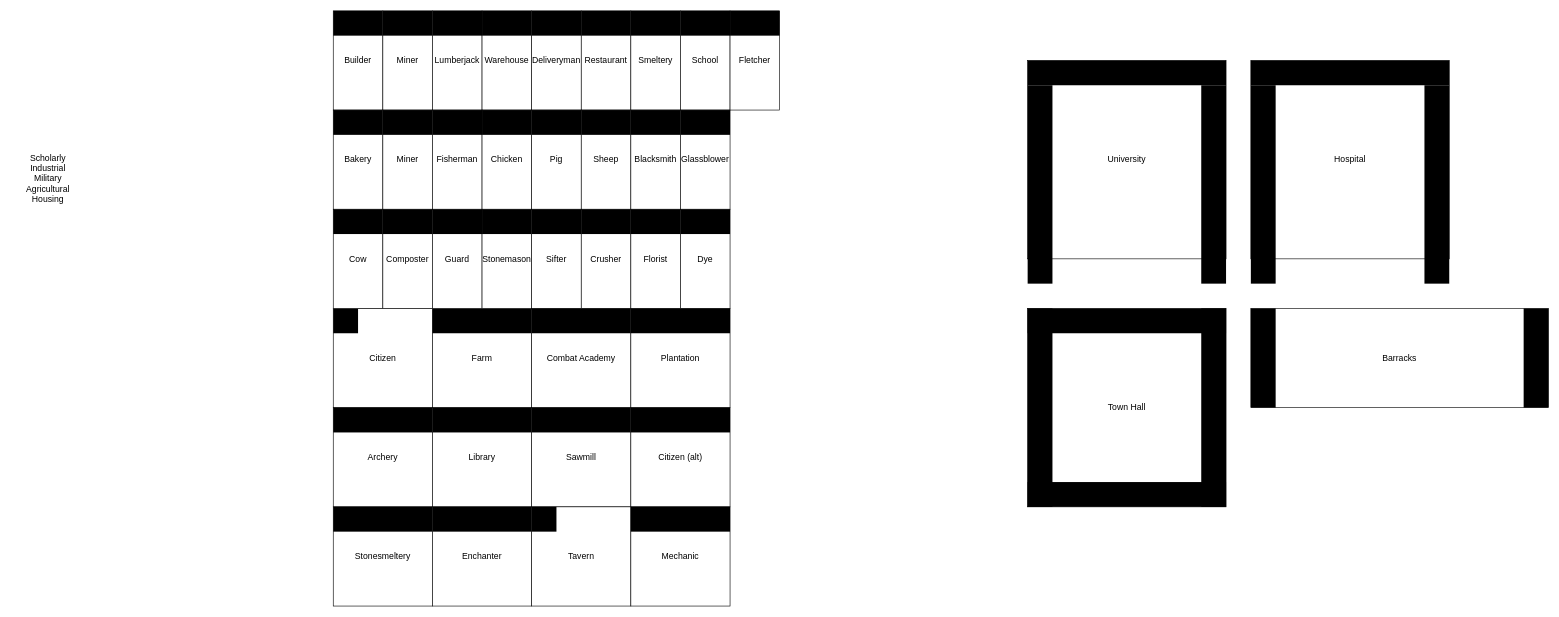
This is Untitled Diagram.drawio from cinnamennen/fortress_plan, a draw.io file, before an edit. Source tidied: cells renumbered, new cells numbered last; positions are measured from the earlier drawing's top-left corner, leaving out a move shared by most shapes. Both pictures are drawn from the tidied source at 62%, with x=0, y=0 at pixel (11, 11).
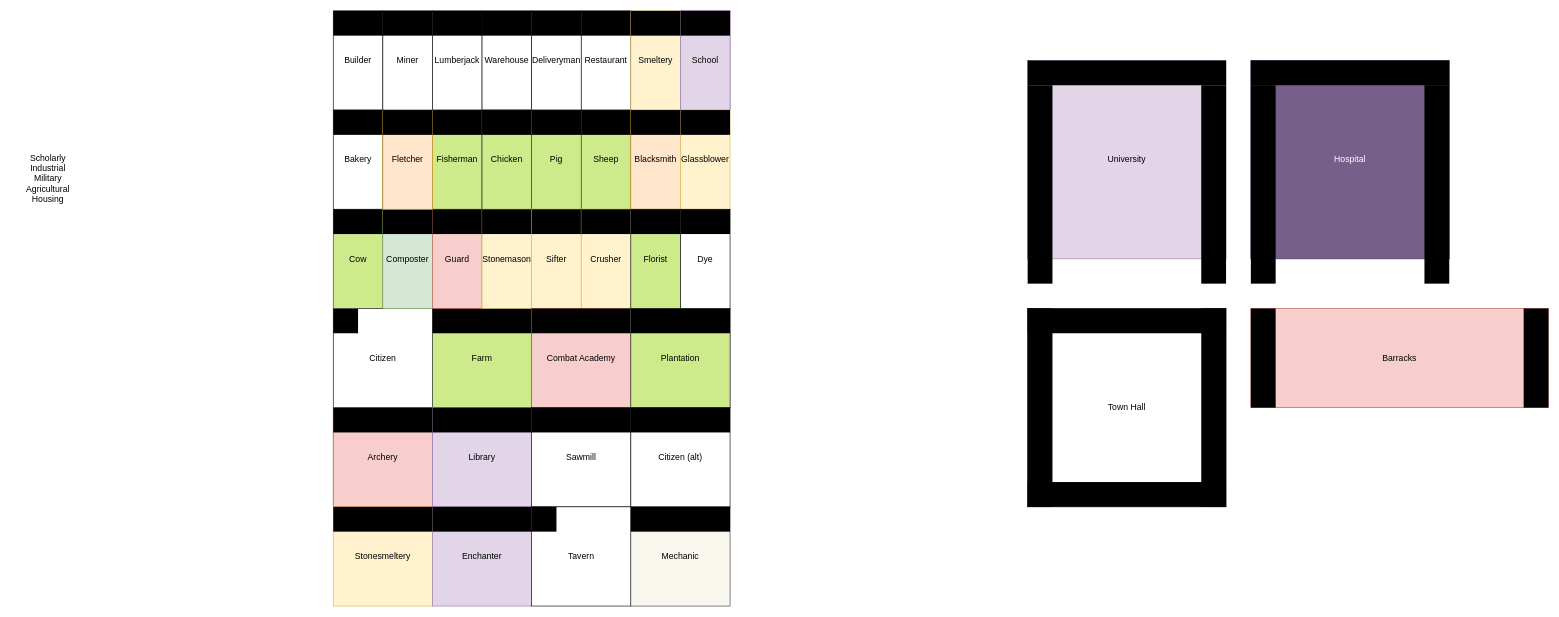
The same page after the edit.

Unchanged cells that the change refers to:
```xml
<mxCell id="29" style="group;fontSize=14;" parent="1" vertex="1">
  <mxGeometry x="680" y="160" width="80" height="160" as="geometry" />
</mxCell>
<mxCell id="35" style="group;fontSize=14;" parent="1" vertex="1">
  <mxGeometry x="840" y="160" width="80" height="160" as="geometry" />
</mxCell>
<mxCell id="38" style="group;fontSize=14;" parent="1" vertex="1">
  <mxGeometry x="920" y="160" width="80" height="160" as="geometry" />
</mxCell>
<mxCell id="44" style="group;fontSize=14;" parent="1" vertex="1">
  <mxGeometry x="520" y="320" width="80" height="160" as="geometry" />
</mxCell>
<mxCell id="47" style="group;fontSize=14;" parent="1" vertex="1">
  <mxGeometry x="600" y="320" width="80" height="160" as="geometry" />
</mxCell>
<mxCell id="50" style="group;fontSize=14;" parent="1" vertex="1">
  <mxGeometry x="680" y="320" width="80" height="160" as="geometry" />
</mxCell>
<mxCell id="53" style="group;fontSize=14;" parent="1" vertex="1">
  <mxGeometry x="760" y="320" width="80" height="160" as="geometry" />
</mxCell>
<mxCell id="56" style="group;fontSize=14;" parent="1" vertex="1">
  <mxGeometry x="840" y="320" width="80" height="160" as="geometry" />
</mxCell>
<mxCell id="68" style="group;fontSize=14;" parent="1" vertex="1">
  <mxGeometry x="2000" y="480" width="480" height="160" as="geometry" />
</mxCell>
<mxCell id="72" style="group;fontSize=14;" parent="1" vertex="1">
  <mxGeometry x="840" y="480" width="160" height="160" as="geometry" />
</mxCell>
<mxCell id="78" style="group;fontSize=14;" parent="1" vertex="1">
  <mxGeometry x="2000" y="80" width="320" height="360" as="geometry" />
</mxCell>
<mxCell id="83" style="group;fontSize=14;" parent="1" vertex="1">
  <mxGeometry x="1640" y="80" width="320" height="360" as="geometry" />
</mxCell>
<mxCell id="94" style="group;fontSize=14;" parent="1" vertex="1">
  <mxGeometry x="520" y="800" width="160" height="160" as="geometry" />
</mxCell>
<mxCell id="97" style="group;fontSize=14;" parent="1" vertex="1">
  <mxGeometry x="1000" width="80" height="160" as="geometry" />
</mxCell>
<mxCell id="100" style="group;fontSize=14;" parent="1" vertex="1">
  <mxGeometry x="1000" y="160" width="80" height="160" as="geometry" />
</mxCell>
<mxCell id="106" style="group;fontSize=14;" parent="1" vertex="1">
  <mxGeometry x="680" y="800" width="160" height="160" as="geometry" />
</mxCell>
<mxCell id="112" style="group;fontSize=14;" parent="1" vertex="1">
  <mxGeometry x="1080" y="160" width="80" height="160" as="geometry" />
</mxCell>
<mxCell id="130" style="group;fontSize=14;" parent="1" vertex="1">
  <mxGeometry x="1000" y="800" width="160" height="160" as="geometry" />
</mxCell>
```

What changed in the source:
```diff
@@
-    <mxCell id="26" style="group;fontSize=14;" parent="1" vertex="1">
-      <mxGeometry x="600" y="160" width="80" height="160" as="geometry" />
-    </mxCell>
-    <mxCell id="27" value="Miner" style="rounded=0;whiteSpace=wrap;html=1;imageWidth=24;fontSize=14;" parent="26" vertex="1">
-      <mxGeometry width="80" height="160" as="geometry" />
-    </mxCell>
-    <mxCell id="28" style="rounded=0;whiteSpace=wrap;html=1;comic=0;strokeColor=none;strokeWidth=6;fillColor=#000000;fontSize=14;" parent="26" vertex="1">
-      <mxGeometry width="80" height="40" as="geometry" />
-    </mxCell>
@@
-    <mxCell id="30" value="Fisherman" style="rounded=0;whiteSpace=wrap;html=1;imageWidth=24;fontSize=14;" parent="29" vertex="1">
+    <mxCell id="30" value="Fisherman" style="rounded=0;whiteSpace=wrap;html=1;imageWidth=24;fontSize=14;fillColor=#cdeb8b;strokeColor=#36393d;" parent="29" vertex="1">
       <mxGeometry width="80" height="160" as="geometry" />
     </mxCell>
@@
-    <mxCell id="32" style="group;fontSize=14;" parent="1" vertex="1">
+    <mxCell id="32" style="group;fontSize=14;fillColor=#cdeb8b;strokeColor=#36393d;" parent="1" vertex="1">
       <mxGeometry x="760" y="160" width="80" height="160" as="geometry" />
     </mxCell>
-    <mxCell id="33" value="Chicken" style="rounded=0;whiteSpace=wrap;html=1;imageWidth=24;fontSize=14;" parent="32" vertex="1">
+    <mxCell id="33" value="Chicken" style="rounded=0;whiteSpace=wrap;html=1;imageWidth=24;fontSize=14;fillColor=#cdeb8b;strokeColor=#36393d;" parent="32" vertex="1">
       <mxGeometry width="80" height="160" as="geometry" />
     </mxCell>
@@
-    <mxCell id="36" value="Pig" style="rounded=0;whiteSpace=wrap;html=1;imageWidth=24;fontSize=14;" parent="35" vertex="1">
+    <mxCell id="36" value="Pig" style="rounded=0;whiteSpace=wrap;html=1;imageWidth=24;fontSize=14;fillColor=#cdeb8b;strokeColor=#36393d;" parent="35" vertex="1">
       <mxGeometry width="80" height="160" as="geometry" />
     </mxCell>
@@
-    <mxCell id="39" value="Sheep" style="rounded=0;whiteSpace=wrap;html=1;imageWidth=24;fontSize=14;" parent="38" vertex="1">
+    <mxCell id="39" value="Sheep" style="rounded=0;whiteSpace=wrap;html=1;imageWidth=24;fontSize=14;fillColor=#cdeb8b;strokeColor=#36393d;" parent="38" vertex="1">
       <mxGeometry width="80" height="160" as="geometry" />
     </mxCell>
@@
-    <mxCell id="41" style="group;fontSize=14;" parent="1" vertex="1">
+    <mxCell id="41" style="group;fontSize=14;fillColor=#cdeb8b;strokeColor=#36393d;" parent="1" vertex="1">
       <mxGeometry x="680" y="480" width="160" height="160" as="geometry" />
     </mxCell>
-    <mxCell id="42" value="Farm" style="whiteSpace=wrap;html=1;fontSize=14;" parent="41" vertex="1">
+    <mxCell id="42" value="Farm" style="whiteSpace=wrap;html=1;fontSize=14;fillColor=#cdeb8b;strokeColor=#36393d;" parent="41" vertex="1">
       <mxGeometry width="160" height="160" as="geometry" />
     </mxCell>
@@
-    <mxCell id="45" value="Cow" style="rounded=0;whiteSpace=wrap;html=1;imageWidth=24;fontSize=14;" parent="44" vertex="1">
+    <mxCell id="45" value="Cow" style="rounded=0;whiteSpace=wrap;html=1;imageWidth=24;fontSize=14;fillColor=#cdeb8b;strokeColor=#36393d;" parent="44" vertex="1">
       <mxGeometry width="80" height="160" as="geometry" />
     </mxCell>
@@
-    <mxCell id="48" value="Composter" style="rounded=0;whiteSpace=wrap;html=1;imageWidth=24;fontSize=14;" parent="47" vertex="1">
+    <mxCell id="48" value="Composter" style="rounded=0;whiteSpace=wrap;html=1;imageWidth=24;fontSize=14;fillColor=#d5e8d4;strokeColor=#82b366;" parent="47" vertex="1">
       <mxGeometry width="80" height="160" as="geometry" />
     </mxCell>
@@
-    <mxCell id="51" value="Guard" style="rounded=0;whiteSpace=wrap;html=1;imageWidth=24;fontSize=14;" parent="50" vertex="1">
+    <mxCell id="51" value="Guard" style="rounded=0;whiteSpace=wrap;html=1;imageWidth=24;fontSize=14;fillColor=#f8cecc;strokeColor=#b85450;" parent="50" vertex="1">
       <mxGeometry width="80" height="160" as="geometry" />
     </mxCell>
@@
-    <mxCell id="54" value="Stonemason" style="rounded=0;whiteSpace=wrap;html=1;imageWidth=24;fontSize=14;" parent="53" vertex="1">
+    <mxCell id="54" value="Stonemason" style="rounded=0;whiteSpace=wrap;html=1;imageWidth=24;fontSize=14;fillColor=#fff2cc;strokeColor=#d6b656;" parent="53" vertex="1">
       <mxGeometry width="80" height="160" as="geometry" />
     </mxCell>
@@
-    <mxCell id="57" value="Sifter" style="rounded=0;whiteSpace=wrap;html=1;imageWidth=24;fontSize=14;" parent="56" vertex="1">
+    <mxCell id="57" value="Sifter" style="rounded=0;whiteSpace=wrap;html=1;imageWidth=24;fontSize=14;fillColor=#fff2cc;strokeColor=#d6b656;" parent="56" vertex="1">
       <mxGeometry width="80" height="160" as="geometry" />
     </mxCell>
@@
-    <mxCell id="59" style="group;fontSize=14;" parent="1" vertex="1">
+    <mxCell id="59" style="group;fontSize=14;fillColor=#fff2cc;strokeColor=#d6b656;" parent="1" vertex="1">
       <mxGeometry x="920" y="320" width="80" height="160" as="geometry" />
     </mxCell>
-    <mxCell id="60" value="Crusher" style="rounded=0;whiteSpace=wrap;html=1;imageWidth=24;fontSize=14;" parent="59" vertex="1">
+    <mxCell id="60" value="Crusher" style="rounded=0;whiteSpace=wrap;html=1;imageWidth=24;fontSize=14;fillColor=#fff2cc;strokeColor=#d6b656;" parent="59" vertex="1">
       <mxGeometry width="80" height="160" as="geometry" />
     </mxCell>
@@
-    <mxCell id="69" value="Barracks" style="rounded=0;whiteSpace=wrap;html=1;comic=0;strokeColor=#000000;strokeWidth=1;fillColor=none;fontSize=14;" parent="68" vertex="1">
+    <mxCell id="69" value="Barracks" style="rounded=0;whiteSpace=wrap;html=1;comic=0;strokeColor=#b85450;strokeWidth=1;fillColor=#f8cecc;fontSize=14;" parent="68" vertex="1">
       <mxGeometry width="480" height="160" as="geometry" />
     </mxCell>
@@
-    <mxCell id="73" value="Combat Academy" style="whiteSpace=wrap;html=1;fontSize=14;" parent="72" vertex="1">
+    <mxCell id="73" value="Combat Academy" style="whiteSpace=wrap;html=1;fontSize=14;fillColor=#f8cecc;strokeColor=#b85450;" parent="72" vertex="1">
       <mxGeometry width="160" height="160" as="geometry" />
     </mxCell>
@@
-    <mxCell id="75" style="group;fontSize=14;" parent="1" vertex="1">
+    <mxCell id="75" style="group;fontSize=14;fillColor=#f8cecc;strokeColor=#b85450;" parent="1" vertex="1">
       <mxGeometry x="520" y="640" width="160" height="160" as="geometry" />
     </mxCell>
-    <mxCell id="76" value="Archery" style="whiteSpace=wrap;html=1;fontSize=14;" parent="75" vertex="1">
+    <mxCell id="76" value="Archery" style="whiteSpace=wrap;html=1;fontSize=14;fillColor=#f8cecc;strokeColor=#b85450;" parent="75" vertex="1">
       <mxGeometry width="160" height="160" as="geometry" />
     </mxCell>
@@
-    <mxCell id="79" value="Hospital" style="rounded=0;whiteSpace=wrap;html=1;comic=0;strokeColor=#000000;strokeWidth=1;fillColor=none;fontSize=14;" parent="78" vertex="1">
+    <mxCell id="79" value="Hospital" style="rounded=0;whiteSpace=wrap;html=1;comic=0;strokeColor=#432D57;strokeWidth=1;fillColor=#76608a;fontSize=14;fontColor=#ffffff;" parent="78" vertex="1">
       <mxGeometry width="320" height="320" as="geometry" />
     </mxCell>
@@
-    <mxCell id="84" value="University" style="rounded=0;whiteSpace=wrap;html=1;comic=0;strokeColor=#000000;strokeWidth=1;fillColor=none;fontSize=14;" parent="83" vertex="1">
+    <mxCell id="84" value="University" style="rounded=0;whiteSpace=wrap;html=1;comic=0;strokeColor=#9673a6;strokeWidth=1;fillColor=#e1d5e7;fontSize=14;" parent="83" vertex="1">
       <mxGeometry width="320" height="320" as="geometry" />
     </mxCell>
@@
-    <mxCell id="88" style="group;fontSize=14;" parent="1" vertex="1">
+    <mxCell id="88" style="group;fontSize=14;fillColor=#e1d5e7;strokeColor=#9673a6;" parent="1" vertex="1">
       <mxGeometry x="680" y="640" width="160" height="160" as="geometry" />
     </mxCell>
-    <mxCell id="89" value="Library" style="whiteSpace=wrap;html=1;fontSize=14;" parent="88" vertex="1">
+    <mxCell id="89" value="Library" style="whiteSpace=wrap;html=1;fontSize=14;fillColor=#e1d5e7;strokeColor=#9673a6;" parent="88" vertex="1">
       <mxGeometry width="160" height="160" as="geometry" />
     </mxCell>
@@
-    <mxCell id="95" value="Stonesmeltery" style="whiteSpace=wrap;html=1;fontSize=14;" parent="94" vertex="1">
+    <mxCell id="95" value="Stonesmeltery" style="whiteSpace=wrap;html=1;fontSize=14;fillColor=#fff2cc;strokeColor=#d6b656;" parent="94" vertex="1">
       <mxGeometry width="160" height="160" as="geometry" />
     </mxCell>
@@
-    <mxCell id="98" value="Smeltery" style="rounded=0;whiteSpace=wrap;html=1;imageWidth=24;fontSize=14;" parent="97" vertex="1">
+    <mxCell id="98" value="Smeltery" style="rounded=0;whiteSpace=wrap;html=1;imageWidth=24;fontSize=14;fillColor=#fff2cc;strokeColor=#d6b656;" parent="97" vertex="1">
       <mxGeometry width="80" height="160" as="geometry" />
     </mxCell>
@@
-    <mxCell id="101" value="Blacksmith" style="rounded=0;whiteSpace=wrap;html=1;imageWidth=24;fontSize=14;" parent="100" vertex="1">
+    <mxCell id="101" value="Blacksmith" style="rounded=0;whiteSpace=wrap;html=1;imageWidth=24;fontSize=14;fillColor=#ffe6cc;strokeColor=#d79b00;" parent="100" vertex="1">
       <mxGeometry width="80" height="160" as="geometry" />
     </mxCell>
@@
-    <mxCell id="103" style="group;fontSize=14;" parent="1" vertex="1">
+    <mxCell id="103" style="group;fontSize=14;fillColor=#ffcccc;strokeColor=#36393d;" parent="1" vertex="1">
       <mxGeometry x="1000" y="320" width="80" height="160" as="geometry" />
     </mxCell>
-    <mxCell id="104" value="Florist" style="rounded=0;whiteSpace=wrap;html=1;imageWidth=24;fontSize=14;" parent="103" vertex="1">
+    <mxCell id="104" value="Florist" style="rounded=0;whiteSpace=wrap;html=1;imageWidth=24;fontSize=14;fillColor=#cdeb8b;strokeColor=#36393d;" parent="103" vertex="1">
       <mxGeometry width="80" height="160" as="geometry" />
     </mxCell>
@@
-    <mxCell id="107" value="Enchanter" style="whiteSpace=wrap;html=1;fontSize=14;" parent="106" vertex="1">
+    <mxCell id="107" value="Enchanter" style="whiteSpace=wrap;html=1;fontSize=14;fillColor=#e1d5e7;strokeColor=#9673a6;" parent="106" vertex="1">
       <mxGeometry width="160" height="160" as="geometry" />
     </mxCell>
@@
-    <mxCell id="109" style="group;fontSize=14;" parent="1" vertex="1">
+    <mxCell id="109" style="group;fontSize=14;fillColor=#e1d5e7;strokeColor=#9673a6;" parent="1" vertex="1">
       <mxGeometry x="1080" width="80" height="160" as="geometry" />
     </mxCell>
-    <mxCell id="110" value="School" style="rounded=0;whiteSpace=wrap;html=1;imageWidth=24;fontSize=14;" parent="109" vertex="1">
+    <mxCell id="110" value="School" style="rounded=0;whiteSpace=wrap;html=1;imageWidth=24;fontSize=14;fillColor=#e1d5e7;strokeColor=#9673a6;" parent="109" vertex="1">
       <mxGeometry width="80" height="160" as="geometry" />
     </mxCell>
@@
-    <mxCell id="113" value="Glassblower" style="rounded=0;whiteSpace=wrap;html=1;imageWidth=24;fontSize=14;" parent="112" vertex="1">
+    <mxCell id="113" value="Glassblower" style="rounded=0;whiteSpace=wrap;html=1;imageWidth=24;fontSize=14;fillColor=#fff2cc;strokeColor=#d6b656;" parent="112" vertex="1">
       <mxGeometry width="80" height="160" as="geometry" />
     </mxCell>
@@
     <mxCell id="118" style="group;fontSize=14;" parent="1" vertex="1">
-      <mxGeometry x="1160" width="80" height="160" as="geometry" />
+      <mxGeometry x="600" y="160" width="80" height="160" as="geometry" />
     </mxCell>
-    <mxCell id="119" value="Fletcher" style="rounded=0;whiteSpace=wrap;html=1;imageWidth=24;fontSize=14;" parent="118" vertex="1">
+    <mxCell id="119" value="Fletcher" style="rounded=0;whiteSpace=wrap;html=1;imageWidth=24;fontSize=14;fillColor=#ffe6cc;strokeColor=#d79b00;" parent="118" vertex="1">
       <mxGeometry width="80" height="160" as="geometry" />
     </mxCell>
@@
-    <mxCell id="121" style="group;fontSize=14;" parent="1" vertex="1">
+    <mxCell id="121" style="group;fontSize=14;fillColor=#cdeb8b;strokeColor=#36393d;" parent="1" vertex="1">
       <mxGeometry x="1000" y="480" width="160" height="160" as="geometry" />
     </mxCell>
-    <mxCell id="122" value="Plantation" style="whiteSpace=wrap;html=1;fontSize=14;" parent="121" vertex="1">
+    <mxCell id="122" value="Plantation" style="whiteSpace=wrap;html=1;fontSize=14;fillColor=#cdeb8b;strokeColor=#36393d;" parent="121" vertex="1">
       <mxGeometry width="160" height="160" as="geometry" />
     </mxCell>
@@
-    <mxCell id="131" value="Mechanic" style="whiteSpace=wrap;html=1;fontSize=14;" parent="130" vertex="1">
+    <mxCell id="131" value="Mechanic" style="whiteSpace=wrap;html=1;fontSize=14;fillColor=#f9f7ed;strokeColor=#36393d;" parent="130" vertex="1">
       <mxGeometry width="160" height="160" as="geometry" />
     </mxCell>
```
